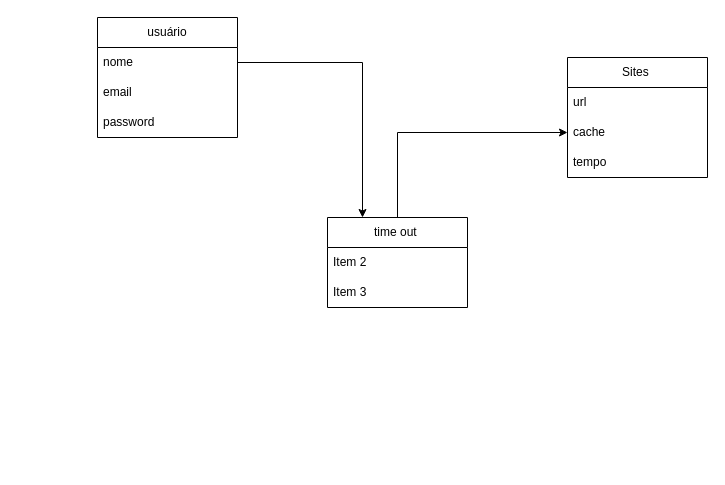
Above: Modelagem_Bd_Time_out.drawio in livramos/Time_out- (draw.io), before the change. Source tidied: cells renumbered, new cells numbered last; positions are measured from the earlier drawing's top-left corner, leaving out a move shared by most shapes. Both pictures are drawn from the tidied source at 100%, with x=0, y=0 at pixel (97, 17).
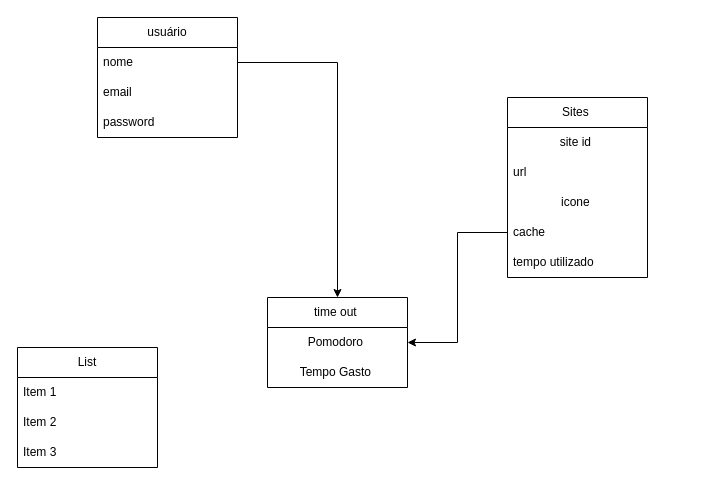
After the change.

The change refers to these unchanged cells:
```xml
<mxCell id="2" value="usuário" style="swimlane;fontStyle=0;horizontal=1;startSize=30;whiteSpace=wrap;html=1;" parent="1" vertex="1">
  <mxGeometry width="140" height="120" as="geometry" />
</mxCell>
```

The edit, as a diff of the source:
```diff
@@
-    <mxCell id="3" value="nome&amp;nbsp;" style="text;strokeColor=none;fillColor=none;align=left;verticalAlign=middle;spacingLeft=4;spacingRight=4;overflow=hidden;points=[[0,0.5],[1,0.5]];portConstraint=eastwest;whiteSpace=wrap;html=1;" parent="2" vertex="1">
+    <mxCell id="3" value="nome&amp;nbsp; &amp;nbsp;" style="text;strokeColor=none;fillColor=none;align=left;verticalAlign=middle;spacingLeft=4;spacingRight=4;overflow=hidden;points=[[0,0.5],[1,0.5]];portConstraint=eastwest;whiteSpace=wrap;html=1;" parent="2" vertex="1">
       <mxGeometry y="30" width="140" height="30" as="geometry" />
     </mxCell>
@@
     <mxCell id="6" value="Sites&amp;nbsp;" style="swimlane;fontStyle=0;horizontal=1;startSize=30;whiteSpace=wrap;html=1;" parent="1" vertex="1">
-      <mxGeometry x="470" y="40" width="140" height="120" as="geometry" />
+      <mxGeometry x="410" y="80" width="140" height="180" as="geometry" />
     </mxCell>
+    <mxCell id="15" value="site id&amp;nbsp;" style="text;html=1;align=center;verticalAlign=middle;whiteSpace=wrap;rounded=0;" parent="6" vertex="1">
+      <mxGeometry y="30" width="140" height="30" as="geometry" />
+    </mxCell>
     <mxCell id="7" value="url" style="text;strokeColor=none;fillColor=none;align=left;verticalAlign=middle;spacingLeft=4;spacingRight=4;overflow=hidden;whiteSpace=wrap;html=1;" parent="6" vertex="1">
-      <mxGeometry y="30" width="140" height="30" as="geometry" />
+      <mxGeometry y="60" width="140" height="30" as="geometry" />
     </mxCell>
+    <mxCell id="16" value="icone&amp;nbsp;" style="text;html=1;align=center;verticalAlign=middle;whiteSpace=wrap;rounded=0;" parent="6" vertex="1">
+      <mxGeometry y="90" width="140" height="30" as="geometry" />
+    </mxCell>
     <mxCell id="8" value="cache&amp;nbsp;" style="text;strokeColor=none;fillColor=none;align=left;verticalAlign=middle;spacingLeft=4;spacingRight=4;overflow=hidden;points=[[0,0.5],[1,0.5]];portConstraint=eastwest;whiteSpace=wrap;html=1;" parent="6" vertex="1">
-      <mxGeometry y="60" width="140" height="30" as="geometry" />
+      <mxGeometry y="120" width="140" height="30" as="geometry" />
     </mxCell>
-    <mxCell id="9" value="tempo&amp;nbsp;" style="text;strokeColor=none;fillColor=none;align=left;verticalAlign=middle;spacingLeft=4;spacingRight=4;overflow=hidden;whiteSpace=wrap;html=1;" parent="6" vertex="1">
-      <mxGeometry y="90" width="140" height="30" as="geometry" />
+    <mxCell id="9" value="tempo utilizado&amp;nbsp;" style="text;strokeColor=none;fillColor=none;align=left;verticalAlign=middle;spacingLeft=4;spacingRight=4;overflow=hidden;whiteSpace=wrap;html=1;" parent="6" vertex="1">
+      <mxGeometry y="150" width="140" height="30" as="geometry" />
     </mxCell>
+    <mxCell id="12" value="time out&amp;nbsp;" style="swimlane;fontStyle=0;horizontal=1;startSize=30;whiteSpace=wrap;html=1;" parent="1" vertex="1">
+      <mxGeometry x="170" y="280" width="140" height="90" as="geometry" />
+    </mxCell>
+    <mxCell id="17" value="Pomodoro&amp;nbsp;" style="text;html=1;align=center;verticalAlign=middle;whiteSpace=wrap;rounded=0;" parent="12" vertex="1">
+      <mxGeometry y="30" width="140" height="30" as="geometry" />
+    </mxCell>
+    <mxCell id="18" value="Tempo Gasto&amp;nbsp;" style="text;html=1;align=center;verticalAlign=middle;whiteSpace=wrap;rounded=0;" parent="12" vertex="1">
+      <mxGeometry y="60" width="140" height="30" as="geometry" />
+    </mxCell>
-    <mxCell id="10" style="edgeStyle=orthogonalEdgeStyle;rounded=0;jettySize=auto;html=1;entryX=0.25;entryY=0;entryDx=0;entryDy=0;" parent="1" edge="1" source="3" target="12">
+    <mxCell id="10" style="edgeStyle=orthogonalEdgeStyle;rounded=0;jettySize=auto;html=1;entryX=0.5;entryY=0;entryDx=0;entryDy=0;" parent="1" edge="1" source="3" target="12">
       <mxGeometry relative="1" as="geometry" />
     </mxCell>
-    <mxCell id="11" style="edgeStyle=orthogonalEdgeStyle;rounded=0;jettySize=auto;html=1;entryX=0;entryY=0.5;entryDx=0;entryDy=0;" parent="1" edge="1" source="12" target="8">
-      <mxGeometry relative="1" as="geometry" />
-    </mxCell>
-    <mxCell id="12" value="time out&amp;nbsp;" style="swimlane;fontStyle=0;horizontal=1;startSize=30;whiteSpace=wrap;html=1;" parent="1" vertex="1">
-      <mxGeometry x="230" y="200" width="140" height="90" as="geometry" />
-    </mxCell>
+    <mxCell id="19" value="List" style="swimlane;fontStyle=0;horizontal=1;startSize=30;whiteSpace=wrap;html=1;" parent="1" vertex="1">
+      <mxGeometry x="-80" y="330" width="140" height="120" as="geometry" />
+    </mxCell>
+    <mxCell id="20" value="Item 1" style="text;strokeColor=none;fillColor=none;align=left;verticalAlign=middle;spacingLeft=4;spacingRight=4;overflow=hidden;whiteSpace=wrap;html=1;" parent="19" vertex="1">
+      <mxGeometry y="30" width="140" height="30" as="geometry" />
+    </mxCell>
-    <mxCell id="13" value="Item 2" style="text;strokeColor=none;fillColor=none;align=left;verticalAlign=middle;spacingLeft=4;spacingRight=4;overflow=hidden;whiteSpace=wrap;html=1;" parent="12" vertex="1">
-      <mxGeometry y="30" width="140" height="30" as="geometry" />
+    <mxCell id="13" value="Item 2" style="text;strokeColor=none;fillColor=none;align=left;verticalAlign=middle;spacingLeft=4;spacingRight=4;overflow=hidden;whiteSpace=wrap;html=1;" parent="19" vertex="1">
+      <mxGeometry y="60" width="140" height="30" as="geometry" />
     </mxCell>
-    <mxCell id="14" value="Item 3" style="text;strokeColor=none;fillColor=none;align=left;verticalAlign=middle;spacingLeft=4;spacingRight=4;overflow=hidden;whiteSpace=wrap;html=1;" parent="12" vertex="1">
-      <mxGeometry y="60" width="140" height="30" as="geometry" />
+    <mxCell id="14" value="Item 3" style="text;strokeColor=none;fillColor=none;align=left;verticalAlign=middle;spacingLeft=4;spacingRight=4;overflow=hidden;whiteSpace=wrap;html=1;" parent="19" vertex="1">
+      <mxGeometry y="90" width="140" height="30" as="geometry" />
     </mxCell>
+    <mxCell id="21" style="edgeStyle=orthogonalEdgeStyle;rounded=0;jettySize=auto;html=1;entryX=1;entryY=0.5;entryDx=0;entryDy=0;" parent="1" edge="1" source="8" target="17">
+      <mxGeometry relative="1" as="geometry" />
+    </mxCell>
```
